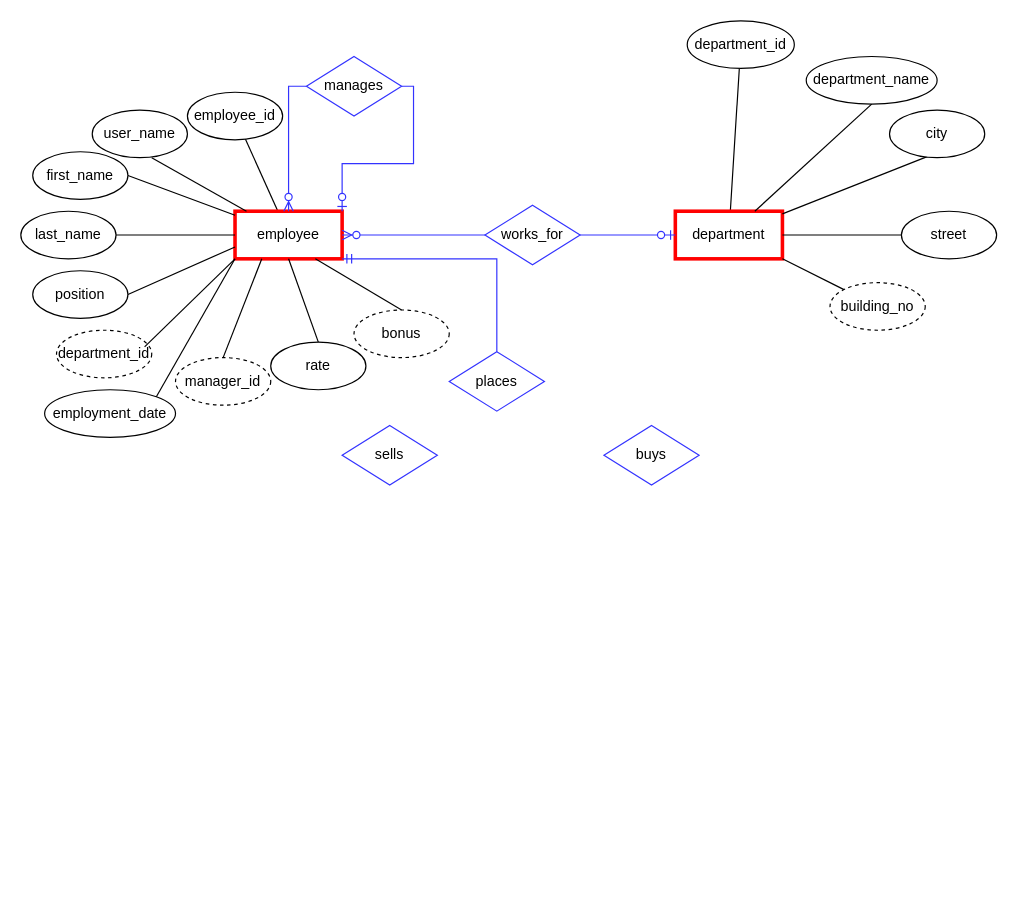
AnnaTistol/SQL-LAB keeps this draw.io diagram as Діаграма без назви.drawio. Above is the earlier version. Source tidied: cells renumbered, new cells numbered last; positions are measured from the earlier drawing's top-left corner, leaving out a move shared by most shapes. Both pictures are drawn from the tidied source at 119%, with x=0, y=0 at pixel (20, 20).
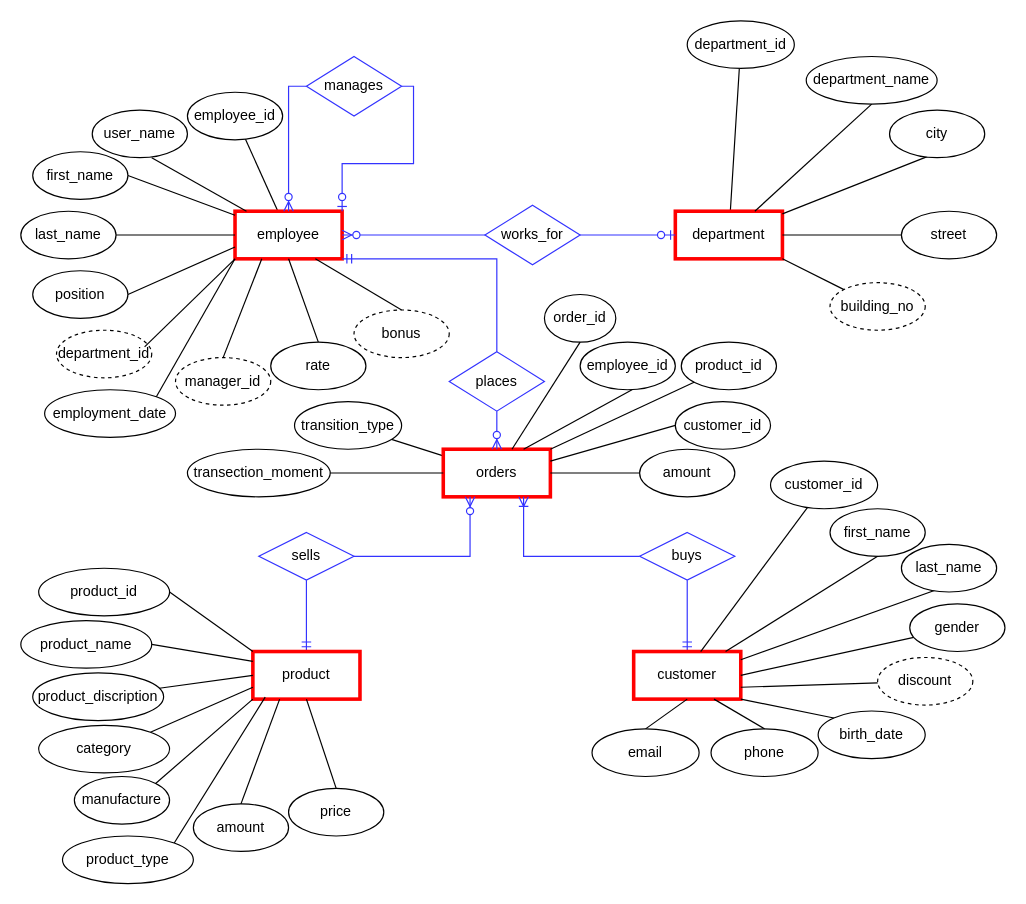
Above is the later version.

Unchanged cells that the change refers to:
```xml
<mxCell id="4" value="employee" style="rounded=0;whiteSpace=wrap;html=1;strokeWidth=3;strokeColor=#FF0000;" parent="1" vertex="1">
  <mxGeometry x="180" y="160" width="90" height="40" as="geometry" />
</mxCell>
<mxCell id="31" value="places" style="rhombus;whiteSpace=wrap;html=1;shapeInside=1;strokeColor=#3333FF;" parent="1" vertex="1">
  <mxGeometry x="360" y="278" width="80" height="50" as="geometry" />
</mxCell>
```

Change to the diagram source:
```diff
@@
     <mxCell id="5" value="sells" style="rhombus;whiteSpace=wrap;html=1;shapeInside=1;strokeColor=#3333FF;" parent="1" vertex="1">
-      <mxGeometry x="270" y="340" width="80" height="50" as="geometry" />
+      <mxGeometry x="200" y="430" width="80" height="40" as="geometry" />
     </mxCell>
@@
     <mxCell id="7" value="buys" style="rhombus;whiteSpace=wrap;html=1;shapeInside=1;strokeColor=#3333FF;" parent="1" vertex="1">
-      <mxGeometry x="490" y="340" width="80" height="50" as="geometry" />
+      <mxGeometry x="520" y="430" width="80" height="40" as="geometry" />
     </mxCell>
@@
     <mxCell id="30" style="edgeStyle=orthogonalEdgeStyle;fontSize=12;html=1;endArrow=ERmandOne;rounded=0;defaultLabelBackgroundColor=gap;entryX=1;entryY=1;entryDx=0;entryDy=0;exitX=0.5;exitY=0;exitDx=0;exitDy=0;strokeColor=#3333FF;" parent="1" edge="1" source="31" target="4">
       <mxGeometry x="-0.08" relative="1" as="geometry">
         <Array as="points">
+          <mxPoint x="400" y="278" />
           <mxPoint x="400" y="200" />
         </Array>
       </mxGeometry>
     </mxCell>
@@
+    <mxCell id="44" style="rounded=0;jettySize=auto;html=1;defaultLabelBackgroundColor=gap;endArrow=none;endFill=0;" parent="1" edge="1" source="45" target="46">
+      <mxGeometry relative="1" as="geometry" />
+    </mxCell>
+    <mxCell id="45" value="orders" style="rounded=0;whiteSpace=wrap;html=1;strokeWidth=3;strokeColor=#FF0000;" parent="1" vertex="1">
+      <mxGeometry x="355" y="360" width="90" height="40" as="geometry" />
+    </mxCell>
+    <mxCell id="46" value="transition_type" style="ellipse;whiteSpace=wrap;html=1;shapeInside=1;" parent="1" vertex="1">
+      <mxGeometry x="230" y="320" width="90" height="40" as="geometry" />
+    </mxCell>
+    <mxCell id="47" value="product_id" style="ellipse;whiteSpace=wrap;html=1;shapeInside=1;" parent="1" vertex="1">
+      <mxGeometry x="555" y="270" width="80" height="40" as="geometry" />
+    </mxCell>
+    <mxCell id="48" style="rounded=0;jettySize=auto;html=1;exitX=1;exitY=0.5;exitDx=0;exitDy=0;defaultLabelBackgroundColor=gap;endArrow=none;endFill=0;entryX=0.75;entryY=0;entryDx=0;entryDy=0;" parent="1" edge="1" source="49" target="45">
+      <mxGeometry relative="1" as="geometry" />
+    </mxCell>
+    <mxCell id="49" value="employee_id" style="ellipse;whiteSpace=wrap;html=1;shapeInside=1;" parent="1" vertex="1">
+      <mxGeometry x="470" y="270" width="80" height="40" as="geometry" />
+    </mxCell>
+    <mxCell id="50" value="order_id" style="ellipse;whiteSpace=wrap;html=1;shapeInside=1;" parent="1" vertex="1">
+      <mxGeometry x="440" y="230" width="60" height="40" as="geometry" />
+    </mxCell>
+    <mxCell id="51" style="rounded=0;jettySize=auto;html=1;defaultLabelBackgroundColor=gap;endArrow=none;endFill=0;entryX=0.5;entryY=1;entryDx=0;entryDy=0;" parent="1" edge="1" source="45" target="50">
+      <mxGeometry relative="1" as="geometry" />
+    </mxCell>
+    <mxCell id="52" style="rounded=0;jettySize=auto;html=1;defaultLabelBackgroundColor=gap;endArrow=none;endFill=0;entryX=1;entryY=0;entryDx=0;entryDy=0;" parent="1" edge="1" source="47" target="45">
+      <mxGeometry relative="1" as="geometry" />
+    </mxCell>
+    <mxCell id="53" style="rounded=0;jettySize=auto;html=1;defaultLabelBackgroundColor=gap;endArrow=none;endFill=0;entryX=1;entryY=0.25;entryDx=0;entryDy=0;exitX=0;exitY=0.5;exitDx=0;exitDy=0;" parent="1" edge="1" source="55" target="45">
+      <mxGeometry relative="1" as="geometry" />
+    </mxCell>
+    <mxCell id="54" value="amount" style="ellipse;whiteSpace=wrap;html=1;shapeInside=1;" parent="1" vertex="1">
+      <mxGeometry x="520" y="360" width="80" height="40" as="geometry" />
+    </mxCell>
+    <mxCell id="55" value="customer_id" style="ellipse;whiteSpace=wrap;html=1;shapeInside=1;" parent="1" vertex="1">
+      <mxGeometry x="550" y="320" width="80" height="40" as="geometry" />
+    </mxCell>
+    <mxCell id="56" value="transection_moment" style="ellipse;whiteSpace=wrap;html=1;shapeInside=1;" parent="1" vertex="1">
+      <mxGeometry x="140" y="360" width="120" height="40" as="geometry" />
+    </mxCell>
+    <mxCell id="57" style="rounded=0;jettySize=auto;html=1;defaultLabelBackgroundColor=gap;endArrow=none;endFill=0;entryX=1;entryY=0.5;entryDx=0;entryDy=0;exitX=0;exitY=0.5;exitDx=0;exitDy=0;" parent="1" edge="1" source="45" target="56">
+      <mxGeometry relative="1" as="geometry" />
+    </mxCell>
+    <mxCell id="58" style="rounded=0;jettySize=auto;html=1;defaultLabelBackgroundColor=gap;endArrow=none;endFill=0;entryX=0;entryY=0.5;entryDx=0;entryDy=0;exitX=1;exitY=0.5;exitDx=0;exitDy=0;" parent="1" edge="1" source="45" target="54">
+      <mxGeometry relative="1" as="geometry" />
+    </mxCell>
+    <mxCell id="59" style="fontSize=12;html=1;endArrow=ERzeroToMany;endFill=1;rounded=0;defaultLabelBackgroundColor=gap;exitX=0.5;exitY=1;exitDx=0;exitDy=0;strokeColor=#3333FF;entryX=0.5;entryY=0;entryDx=0;entryDy=0;" parent="1" edge="1" source="31" target="45">
+      <mxGeometry x="-0.18" relative="1" as="geometry" />
+    </mxCell>
+    <mxCell id="60" style="fontSize=12;html=1;endArrow=ERzeroToMany;endFill=1;rounded=0;defaultLabelBackgroundColor=gap;exitX=1;exitY=0.5;exitDx=0;exitDy=0;entryX=0.25;entryY=1;entryDx=0;entryDy=0;strokeColor=#3333FF;edgeStyle=orthogonalEdgeStyle;" parent="1" edge="1" source="5" target="45">
+      <mxGeometry x="-0.18" relative="1" as="geometry" />
+    </mxCell>
+    <mxCell id="61" style="edgeStyle=orthogonalEdgeStyle;fontSize=12;html=1;endArrow=ERoneToMany;rounded=0;defaultLabelBackgroundColor=gap;exitX=0;exitY=0.5;exitDx=0;exitDy=0;entryX=0.75;entryY=1;entryDx=0;entryDy=0;strokeColor=#3333FF;" parent="1" edge="1" source="7" target="45">
+      <mxGeometry relative="1" as="geometry" />
+    </mxCell>
+    <mxCell id="62" style="fontSize=12;html=1;endArrow=ERmandOne;rounded=0;defaultLabelBackgroundColor=gap;exitX=0.5;exitY=1;exitDx=0;exitDy=0;strokeColor=#3333FF;" parent="1" edge="1" source="5">
+      <mxGeometry relative="1" as="geometry">
+        <mxPoint x="240" y="530" as="targetPoint" />
+      </mxGeometry>
+    </mxCell>
+    <mxCell id="63" style="fontSize=12;html=1;endArrow=ERmandOne;rounded=0;defaultLabelBackgroundColor=gap;exitX=0.5;exitY=1;exitDx=0;exitDy=0;strokeColor=#3333FF;" parent="1" edge="1">
+      <mxGeometry relative="1" as="geometry">
+        <mxPoint x="560" y="470" as="sourcePoint" />
+        <mxPoint x="560" y="530" as="targetPoint" />
+      </mxGeometry>
+    </mxCell>
+    <mxCell id="64" value="product" style="rounded=0;whiteSpace=wrap;html=1;strokeWidth=3;strokeColor=#FF0000;" parent="1" vertex="1">
+      <mxGeometry x="195" y="530" width="90" height="40" as="geometry" />
+    </mxCell>
+    <mxCell id="65" value="customer" style="rounded=0;whiteSpace=wrap;html=1;strokeWidth=3;strokeColor=#FF0000;" parent="1" vertex="1">
+      <mxGeometry x="515" y="530" width="90" height="40" as="geometry" />
+    </mxCell>
+    <mxCell id="66" style="rounded=0;jettySize=auto;html=1;exitX=1;exitY=0.5;exitDx=0;exitDy=0;defaultLabelBackgroundColor=gap;endArrow=none;endFill=0;" parent="1" edge="1" source="79">
+      <mxGeometry relative="1" as="geometry">
+        <mxPoint x="195" y="538.3" as="targetPoint" />
+      </mxGeometry>
+    </mxCell>
+    <mxCell id="67" value="price" style="ellipse;whiteSpace=wrap;html=1;shapeInside=1;" parent="1" vertex="1">
+      <mxGeometry x="225" y="645" width="80" height="40" as="geometry" />
+    </mxCell>
+    <mxCell id="68" value="amount" style="ellipse;whiteSpace=wrap;html=1;shapeInside=1;" parent="1" vertex="1">
+      <mxGeometry x="145" y="658" width="80" height="40" as="geometry" />
+    </mxCell>
+    <mxCell id="69" value="manufacture" style="ellipse;whiteSpace=wrap;html=1;shapeInside=1;" parent="1" vertex="1">
+      <mxGeometry x="45" y="635" width="80" height="40" as="geometry" />
+    </mxCell>
+    <mxCell id="70" value="product_type" style="ellipse;whiteSpace=wrap;html=1;shapeInside=1;" parent="1" vertex="1">
+      <mxGeometry x="35" y="685" width="110" height="40" as="geometry" />
+    </mxCell>
+    <mxCell id="71" style="rounded=0;jettySize=auto;html=1;defaultLabelBackgroundColor=gap;endArrow=none;endFill=0;entryX=1;entryY=0.5;entryDx=0;entryDy=0;exitX=0;exitY=0;exitDx=0;exitDy=0;" parent="1" edge="1" source="64" target="78">
+      <mxGeometry relative="1" as="geometry" />
+    </mxCell>
+    <mxCell id="72" style="rounded=0;jettySize=auto;html=1;defaultLabelBackgroundColor=gap;endArrow=none;endFill=0;entryX=0;entryY=0.5;entryDx=0;entryDy=0;" parent="1" edge="1" source="80" target="64">
+      <mxGeometry relative="1" as="geometry" />
+    </mxCell>
+    <mxCell id="73" style="rounded=0;jettySize=auto;html=1;exitX=1;exitY=0;exitDx=0;exitDy=0;defaultLabelBackgroundColor=gap;endArrow=none;endFill=0;entryX=0;entryY=0.75;entryDx=0;entryDy=0;" parent="1" edge="1" source="81" target="64">
+      <mxGeometry relative="1" as="geometry" />
+    </mxCell>
+    <mxCell id="74" style="rounded=0;jettySize=auto;html=1;exitX=1;exitY=0;exitDx=0;exitDy=0;defaultLabelBackgroundColor=gap;endArrow=none;endFill=0;entryX=0;entryY=1;entryDx=0;entryDy=0;" parent="1" edge="1" source="69" target="64">
+      <mxGeometry relative="1" as="geometry" />
+    </mxCell>
+    <mxCell id="75" style="rounded=0;jettySize=auto;html=1;exitX=1;exitY=0;exitDx=0;exitDy=0;defaultLabelBackgroundColor=gap;endArrow=none;endFill=0;entryX=0.115;entryY=0.958;entryDx=0;entryDy=0;entryPerimeter=0;" parent="1" edge="1" source="70" target="64">
+      <mxGeometry relative="1" as="geometry" />
+    </mxCell>
+    <mxCell id="76" style="rounded=0;jettySize=auto;html=1;exitX=0.5;exitY=0;exitDx=0;exitDy=0;defaultLabelBackgroundColor=gap;endArrow=none;endFill=0;entryX=0.25;entryY=1;entryDx=0;entryDy=0;" parent="1" edge="1" source="68" target="64">
+      <mxGeometry relative="1" as="geometry" />
+    </mxCell>
+    <mxCell id="77" style="rounded=0;jettySize=auto;html=1;exitX=0.5;exitY=0;exitDx=0;exitDy=0;defaultLabelBackgroundColor=gap;endArrow=none;endFill=0;entryX=0.5;entryY=1;entryDx=0;entryDy=0;" parent="1" edge="1" source="67" target="64">
+      <mxGeometry relative="1" as="geometry" />
+    </mxCell>
+    <mxCell id="78" value="product_id" style="ellipse;whiteSpace=wrap;html=1;shapeInside=1;" parent="1" vertex="1">
+      <mxGeometry x="15" y="460" width="110" height="40" as="geometry" />
+    </mxCell>
+    <mxCell id="79" value="product_name" style="ellipse;whiteSpace=wrap;html=1;shapeInside=1;" parent="1" vertex="1">
+      <mxGeometry y="504" width="110" height="40" as="geometry" />
+    </mxCell>
+    <mxCell id="80" value="product_discription" style="ellipse;whiteSpace=wrap;html=1;shapeInside=1;" parent="1" vertex="1">
+      <mxGeometry x="10" y="548" width="110" height="40" as="geometry" />
+    </mxCell>
+    <mxCell id="81" value="category" style="ellipse;whiteSpace=wrap;html=1;shapeInside=1;" parent="1" vertex="1">
+      <mxGeometry x="15" y="592" width="110" height="40" as="geometry" />
+    </mxCell>
+    <mxCell id="82" style="rounded=0;jettySize=auto;html=1;defaultLabelBackgroundColor=gap;endArrow=none;endFill=0;" parent="1" edge="1" target="83">
+      <mxGeometry relative="1" as="geometry">
+        <mxPoint x="571.3" y="530" as="sourcePoint" />
+      </mxGeometry>
+    </mxCell>
+    <mxCell id="83" value="customer_id" style="ellipse;whiteSpace=wrap;html=1;shapeInside=1;" parent="1" vertex="1">
+      <mxGeometry x="630" y="370" width="90" height="40" as="geometry" />
+    </mxCell>
+    <mxCell id="84" value="gender" style="ellipse;whiteSpace=wrap;html=1;shapeInside=1;" parent="1" vertex="1">
+      <mxGeometry x="747" y="490" width="80" height="40" as="geometry" />
+    </mxCell>
+    <mxCell id="85" style="rounded=0;jettySize=auto;html=1;exitX=1;exitY=0.5;exitDx=0;exitDy=0;defaultLabelBackgroundColor=gap;endArrow=none;endFill=0;" parent="1" edge="1" source="86">
+      <mxGeometry relative="1" as="geometry">
+        <mxPoint x="605" y="536.9" as="targetPoint" />
+      </mxGeometry>
+    </mxCell>
+    <mxCell id="86" value="last_name" style="ellipse;whiteSpace=wrap;html=1;shapeInside=1;" parent="1" vertex="1">
+      <mxGeometry x="740" y="440" width="80" height="40" as="geometry" />
+    </mxCell>
+    <mxCell id="87" value="first_name" style="ellipse;whiteSpace=wrap;html=1;shapeInside=1;" parent="1" vertex="1">
+      <mxGeometry x="680" y="410" width="80" height="40" as="geometry" />
+    </mxCell>
+    <mxCell id="88" value="discount" style="ellipse;whiteSpace=wrap;html=1;shapeInside=1;dashed=1;" parent="1" vertex="1">
+      <mxGeometry x="720" y="535" width="80" height="40" as="geometry" />
+    </mxCell>
+    <mxCell id="89" style="rounded=0;jettySize=auto;html=1;defaultLabelBackgroundColor=gap;endArrow=none;endFill=0;entryX=0.5;entryY=1;entryDx=0;entryDy=0;" parent="1" edge="1" target="87">
+      <mxGeometry relative="1" as="geometry">
+        <mxPoint x="592.2" y="530" as="sourcePoint" />
+      </mxGeometry>
+    </mxCell>
+    <mxCell id="90" style="rounded=0;jettySize=auto;html=1;defaultLabelBackgroundColor=gap;endArrow=none;endFill=0;entryX=1;entryY=0.5;entryDx=0;entryDy=0;" parent="1" edge="1" source="84">
+      <mxGeometry relative="1" as="geometry">
+        <mxPoint x="605" y="550" as="targetPoint" />
+      </mxGeometry>
+    </mxCell>
+    <mxCell id="91" style="rounded=0;jettySize=auto;html=1;defaultLabelBackgroundColor=gap;endArrow=none;endFill=0;entryX=1;entryY=0.75;entryDx=0;entryDy=0;" parent="1" edge="1" source="88" target="65">
+      <mxGeometry relative="1" as="geometry" />
+    </mxCell>
+    <mxCell id="92" value="birth_date" style="ellipse;whiteSpace=wrap;html=1;shapeInside=1;" parent="1" vertex="1">
+      <mxGeometry x="670" y="580" width="90" height="40" as="geometry" />
+    </mxCell>
+    <mxCell id="93" value="phone" style="ellipse;whiteSpace=wrap;html=1;shapeInside=1;" parent="1" vertex="1">
+      <mxGeometry x="580" y="595" width="90" height="40" as="geometry" />
+    </mxCell>
+    <mxCell id="94" value="email" style="ellipse;whiteSpace=wrap;html=1;shapeInside=1;" parent="1" vertex="1">
+      <mxGeometry x="480" y="595" width="90" height="40" as="geometry" />
+    </mxCell>
+    <mxCell id="95" style="rounded=0;jettySize=auto;html=1;defaultLabelBackgroundColor=gap;endArrow=none;endFill=0;entryX=1;entryY=1;entryDx=0;entryDy=0;exitX=0;exitY=0;exitDx=0;exitDy=0;" parent="1" edge="1" source="92" target="65">
+      <mxGeometry relative="1" as="geometry" />
+    </mxCell>
+    <mxCell id="96" style="rounded=0;jettySize=auto;html=1;defaultLabelBackgroundColor=gap;endArrow=none;endFill=0;entryX=0.75;entryY=1;entryDx=0;entryDy=0;exitX=0.5;exitY=0;exitDx=0;exitDy=0;" parent="1" edge="1" source="93" target="65">
+      <mxGeometry relative="1" as="geometry" />
+    </mxCell>
+    <mxCell id="97" style="rounded=0;jettySize=auto;html=1;defaultLabelBackgroundColor=gap;endArrow=none;endFill=0;entryX=0.5;entryY=1;entryDx=0;entryDy=0;exitX=0.5;exitY=0;exitDx=0;exitDy=0;" parent="1" edge="1" source="94" target="65">
+      <mxGeometry relative="1" as="geometry" />
+    </mxCell>
```
